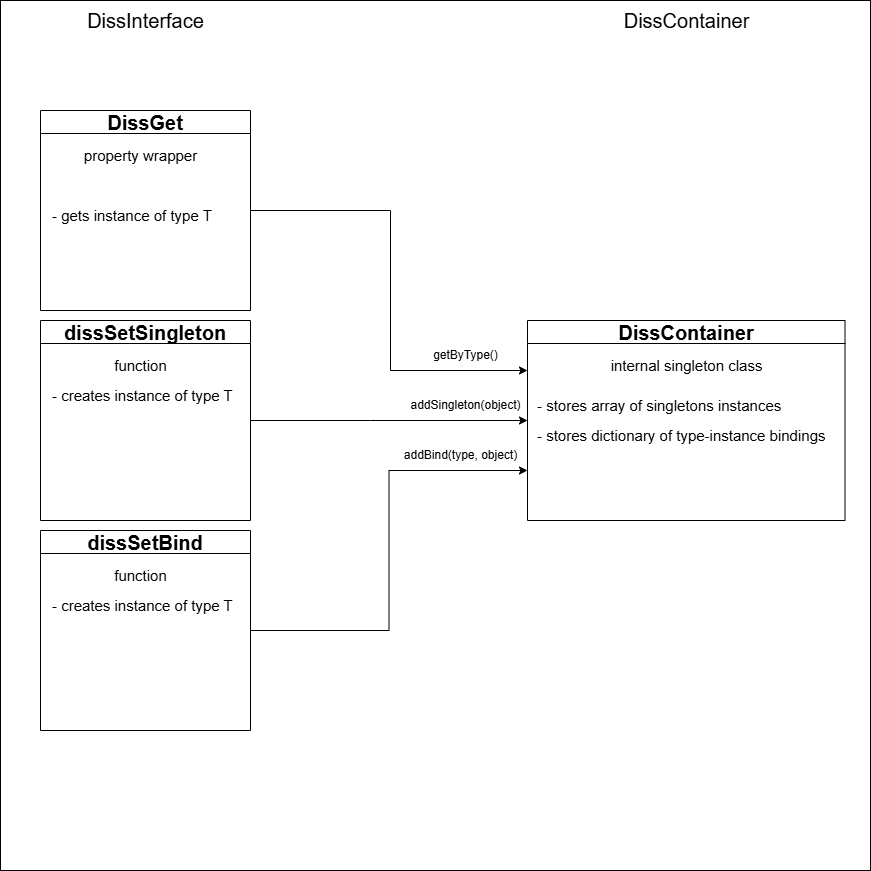
Earlier version of the draw.io export docs/DissArchitecture.png (RomanMeringueTie/DISS). Source tidied: cells renumbered, new cells last; positions are measured from the earlier drawing's top-left corner, leaving out a move shared by most shapes.
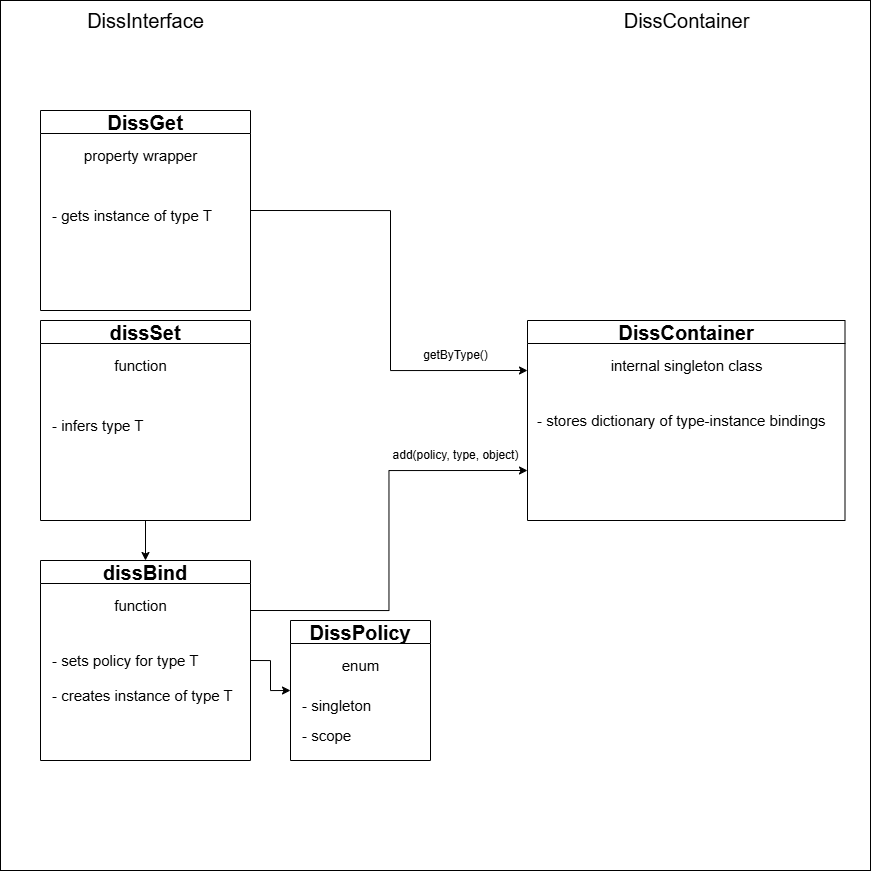
The same diagram one commit later.

The edit, as a diff of the source:
```diff
@@ -2,9 +2,9 @@
   <root>
     <mxCell id="0" />
     <mxCell id="1" parent="0" />
-    <mxCell id="2" style="whiteSpace=wrap;html=1;" parent="1" vertex="1">
-      <mxGeometry width="870" height="870" as="geometry" />
-    </mxCell>
+    <mxCell id="24" style="whiteSpace=wrap;html=1;" parent="1" vertex="1">
+      <mxGeometry width="870" height="870" as="geometry" />
+    </mxCell>
     <mxCell id="3" style="edgeStyle=orthogonalEdgeStyle;rounded=0;jettySize=auto;html=1;exitX=1;exitY=0.5;exitDx=0;exitDy=0;entryX=0;entryY=0.25;entryDx=0;entryDy=0;" parent="1" edge="1" source="4" target="7">
       <mxGeometry relative="1" as="geometry">
         <Array as="points">
@@ -28,55 +28,62 @@
     <mxCell id="8" value="&lt;div style=&quot;&quot;&gt;&lt;span style=&quot;font-size: 15px;&quot;&gt;internal singleton class&lt;/span&gt;&lt;/div&gt;" style="text;html=1;align=center;verticalAlign=middle;strokeColor=none;fillColor=none;" parent="7" vertex="1">
       <mxGeometry x="68.8" y="30" width="180" height="30" as="geometry" />
     </mxCell>
-    <mxCell id="9" value="&lt;div style=&quot;text-align: center;&quot;&gt;&lt;span style=&quot;font-size: 15px;&quot;&gt;- stores array of singletons instances&lt;/span&gt;&lt;/div&gt;" style="text;html=1;align=left;verticalAlign=middle;strokeColor=none;fillColor=none;" parent="7" vertex="1">
-      <mxGeometry x="7.5" y="70" width="270" height="30" as="geometry" />
-    </mxCell>
     <mxCell id="10" value="&lt;div style=&quot;text-align: center;&quot;&gt;&lt;span style=&quot;font-size: 15px;&quot;&gt;- stores dictionary of type-instance bindings&lt;/span&gt;&lt;/div&gt;" style="text;html=1;align=left;verticalAlign=middle;strokeColor=none;fillColor=none;" parent="7" vertex="1">
-      <mxGeometry x="7.5" y="100" width="310" height="30" as="geometry" />
+      <mxGeometry x="7.5" y="85" width="310" height="30" as="geometry" />
     </mxCell>
     <mxCell id="11" value="getByType()" style="text;html=1;align=center;verticalAlign=middle;strokeColor=none;fillColor=none;" parent="1" vertex="1">
-      <mxGeometry x="420" y="340" width="90" height="30" as="geometry" />
+      <mxGeometry x="410" y="340" width="90" height="30" as="geometry" />
     </mxCell>
-    <mxCell id="12" style="edgeStyle=orthogonalEdgeStyle;rounded=0;jettySize=auto;html=1;exitX=1;exitY=0.5;exitDx=0;exitDy=0;entryX=0;entryY=0.5;entryDx=0;entryDy=0;" parent="1" edge="1" source="13" target="7">
-      <mxGeometry relative="1" as="geometry">
-        <Array as="points">
-          <mxPoint x="370" y="420" />
-          <mxPoint x="370" y="420" />
-        </Array>
-      </mxGeometry>
-    </mxCell>
-    <mxCell id="13" value="&lt;font style=&quot;font-size: 20px;&quot;&gt;dissSetSingleton&lt;/font&gt;" style="swimlane;whiteSpace=wrap;html=1;" parent="1" vertex="1">
-      <mxGeometry x="40" y="320" width="210" height="200" as="geometry" />
-    </mxCell>
-    <mxCell id="14" value="&lt;div style=&quot;&quot;&gt;&lt;span style=&quot;font-size: 15px; background-color: transparent; color: light-dark(rgb(0, 0, 0), rgb(255, 255, 255));&quot;&gt;function&lt;/span&gt;&lt;/div&gt;" style="text;html=1;align=center;verticalAlign=middle;strokeColor=none;fillColor=none;" parent="13" vertex="1">
-      <mxGeometry x="60" y="30" width="80" height="30" as="geometry" />
-    </mxCell>
-    <mxCell id="15" value="&lt;div style=&quot;text-align: center;&quot;&gt;&lt;span style=&quot;font-size: 15px;&quot;&gt;- creates instance of type T&lt;br&gt;&lt;/span&gt;&lt;/div&gt;" style="text;html=1;align=left;verticalAlign=middle;strokeColor=none;fillColor=none;" parent="13" vertex="1">
-      <mxGeometry x="10" y="60" width="200" height="30" as="geometry" />
-    </mxCell>
-    <mxCell id="16" value="addSingleton(object)" style="text;html=1;align=center;verticalAlign=middle;strokeColor=none;fillColor=none;" parent="1" vertex="1">
-      <mxGeometry x="400" y="390" width="130" height="30" as="geometry" />
-    </mxCell>
-    <mxCell id="17" style="edgeStyle=orthogonalEdgeStyle;rounded=0;jettySize=auto;html=1;exitX=1;exitY=0.5;exitDx=0;exitDy=0;entryX=0;entryY=0.75;entryDx=0;entryDy=0;" parent="1" edge="1" source="18" target="7">
-      <mxGeometry relative="1" as="geometry" />
-    </mxCell>
-    <mxCell id="18" value="&lt;font style=&quot;font-size: 20px;&quot;&gt;dissSetBind&lt;/font&gt;" style="swimlane;whiteSpace=wrap;html=1;" parent="1" vertex="1">
-      <mxGeometry x="40" y="530" width="210" height="200" as="geometry" />
-    </mxCell>
-    <mxCell id="19" value="&lt;div style=&quot;&quot;&gt;&lt;span style=&quot;font-size: 15px; background-color: transparent; color: light-dark(rgb(0, 0, 0), rgb(255, 255, 255));&quot;&gt;function&lt;/span&gt;&lt;/div&gt;" style="text;html=1;align=center;verticalAlign=middle;strokeColor=none;fillColor=none;" parent="18" vertex="1">
-      <mxGeometry x="60" y="30" width="80" height="30" as="geometry" />
-    </mxCell>
-    <mxCell id="20" value="&lt;div style=&quot;text-align: center;&quot;&gt;&lt;span style=&quot;font-size: 15px;&quot;&gt;- creates instance of type T&lt;br&gt;&lt;/span&gt;&lt;/div&gt;" style="text;html=1;align=left;verticalAlign=middle;strokeColor=none;fillColor=none;" parent="18" vertex="1">
-      <mxGeometry x="10" y="60" width="200" height="30" as="geometry" />
-    </mxCell>
-    <mxCell id="21" value="addBind(type, object)" style="text;html=1;align=center;verticalAlign=middle;strokeColor=none;fillColor=none;" parent="1" vertex="1">
-      <mxGeometry x="390" y="440" width="140" height="30" as="geometry" />
-    </mxCell>
+    <mxCell id="25" style="edgeStyle=orthogonalEdgeStyle;rounded=0;jettySize=auto;html=1;exitX=0.5;exitY=1;exitDx=0;exitDy=0;entryX=0.5;entryY=0;entryDx=0;entryDy=0;" parent="1" edge="1" source="26" target="31">
+      <mxGeometry relative="1" as="geometry" />
+    </mxCell>
+    <mxCell id="26" value="&lt;font style=&quot;font-size: 20px;&quot;&gt;dissSet&lt;/font&gt;" style="swimlane;whiteSpace=wrap;html=1;" parent="1" vertex="1">
+      <mxGeometry x="40" y="320" width="210" height="200" as="geometry" />
+    </mxCell>
+    <mxCell id="27" value="&lt;div style=&quot;&quot;&gt;&lt;span style=&quot;font-size: 15px; background-color: transparent; color: light-dark(rgb(0, 0, 0), rgb(255, 255, 255));&quot;&gt;function&lt;/span&gt;&lt;/div&gt;" style="text;html=1;align=center;verticalAlign=middle;strokeColor=none;fillColor=none;" parent="26" vertex="1">
+      <mxGeometry x="60" y="30" width="80" height="30" as="geometry" />
+    </mxCell>
+    <mxCell id="28" value="&lt;div style=&quot;text-align: center;&quot;&gt;&lt;span style=&quot;font-size: 15px;&quot;&gt;- infers type T&lt;br&gt;&lt;/span&gt;&lt;/div&gt;" style="text;html=1;align=left;verticalAlign=middle;strokeColor=none;fillColor=none;" parent="26" vertex="1">
+      <mxGeometry x="10" y="90" width="110" height="30" as="geometry" />
+    </mxCell>
+    <mxCell id="29" style="edgeStyle=orthogonalEdgeStyle;rounded=0;jettySize=auto;html=1;exitX=1;exitY=0.25;exitDx=0;exitDy=0;entryX=0;entryY=0.75;entryDx=0;entryDy=0;" parent="1" edge="1" source="31" target="7">
+      <mxGeometry relative="1" as="geometry" />
+    </mxCell>
+    <mxCell id="30" style="edgeStyle=orthogonalEdgeStyle;rounded=0;jettySize=auto;html=1;exitX=1;exitY=0.5;exitDx=0;exitDy=0;entryX=0;entryY=0.5;entryDx=0;entryDy=0;" parent="1" edge="1" source="31" target="36">
+      <mxGeometry relative="1" as="geometry" />
+    </mxCell>
+    <mxCell id="31" value="&lt;font style=&quot;font-size: 20px;&quot;&gt;dissBind&lt;/font&gt;" style="swimlane;whiteSpace=wrap;html=1;" parent="1" vertex="1">
+      <mxGeometry x="40" y="560" width="210" height="200" as="geometry" />
+    </mxCell>
+    <mxCell id="32" value="&lt;div style=&quot;&quot;&gt;&lt;span style=&quot;font-size: 15px; background-color: transparent; color: light-dark(rgb(0, 0, 0), rgb(255, 255, 255));&quot;&gt;function&lt;/span&gt;&lt;/div&gt;" style="text;html=1;align=center;verticalAlign=middle;strokeColor=none;fillColor=none;" parent="31" vertex="1">
+      <mxGeometry x="60" y="30" width="80" height="30" as="geometry" />
+    </mxCell>
+    <mxCell id="33" value="&lt;div style=&quot;text-align: center;&quot;&gt;&lt;span style=&quot;font-size: 15px;&quot;&gt;- creates instance of type T&lt;br&gt;&lt;/span&gt;&lt;/div&gt;" style="text;html=1;align=left;verticalAlign=middle;strokeColor=none;fillColor=none;" parent="31" vertex="1">
+      <mxGeometry x="10" y="120" width="200" height="30" as="geometry" />
+    </mxCell>
+    <mxCell id="34" value="&lt;div style=&quot;text-align: center;&quot;&gt;&lt;span style=&quot;font-size: 15px;&quot;&gt;- sets policy for type T&lt;br&gt;&lt;/span&gt;&lt;/div&gt;" style="text;html=1;align=left;verticalAlign=middle;strokeColor=none;fillColor=none;" parent="31" vertex="1">
+      <mxGeometry x="10" y="85" width="170" height="30" as="geometry" />
+    </mxCell>
+    <mxCell id="35" value="add(policy, type, object)" style="text;html=1;align=center;verticalAlign=middle;strokeColor=none;fillColor=none;" parent="1" vertex="1">
+      <mxGeometry x="380" y="440" width="150" height="30" as="geometry" />
+    </mxCell>
     <mxCell id="22" value="DissContainer" style="text;html=1;align=center;verticalAlign=middle;strokeColor=none;fillColor=none;fontSize=20;" parent="1" vertex="1">
       <mxGeometry x="610.8" width="150" height="40" as="geometry" />
     </mxCell>
     <mxCell id="23" value="DissInterface" style="text;html=1;align=center;verticalAlign=middle;strokeColor=none;fillColor=none;fontSize=20;" parent="1" vertex="1">
       <mxGeometry x="75" width="140" height="40" as="geometry" />
     </mxCell>
+    <mxCell id="36" value="&lt;span style=&quot;font-size: 20px;&quot;&gt;DissPolicy&lt;/span&gt;" style="swimlane;whiteSpace=wrap;html=1;startSize=23;" parent="1" vertex="1">
+      <mxGeometry x="290" y="620" width="140" height="140" as="geometry" />
+    </mxCell>
+    <mxCell id="37" value="&lt;div style=&quot;&quot;&gt;&lt;span style=&quot;font-size: 15px; background-color: transparent; color: light-dark(rgb(0, 0, 0), rgb(255, 255, 255));&quot;&gt;enum&lt;/span&gt;&lt;/div&gt;" style="text;html=1;align=center;verticalAlign=middle;strokeColor=none;fillColor=none;" parent="36" vertex="1">
+      <mxGeometry x="40" y="30" width="60" height="30" as="geometry" />
+    </mxCell>
+    <mxCell id="38" value="&lt;div style=&quot;text-align: center;&quot;&gt;&lt;span style=&quot;font-size: 15px;&quot;&gt;- scope&lt;br&gt;&lt;/span&gt;&lt;/div&gt;" style="text;html=1;align=left;verticalAlign=middle;strokeColor=none;fillColor=none;" parent="36" vertex="1">
+      <mxGeometry x="10" y="100" width="70" height="30" as="geometry" />
+    </mxCell>
+    <mxCell id="39" value="&lt;div style=&quot;text-align: center;&quot;&gt;&lt;span style=&quot;font-size: 15px;&quot;&gt;- singleton&lt;br&gt;&lt;/span&gt;&lt;/div&gt;" style="text;html=1;align=left;verticalAlign=middle;strokeColor=none;fillColor=none;" parent="36" vertex="1">
+      <mxGeometry x="10" y="70" width="90" height="30" as="geometry" />
+    </mxCell>
   </root>
 </mxGraphModel>
```
